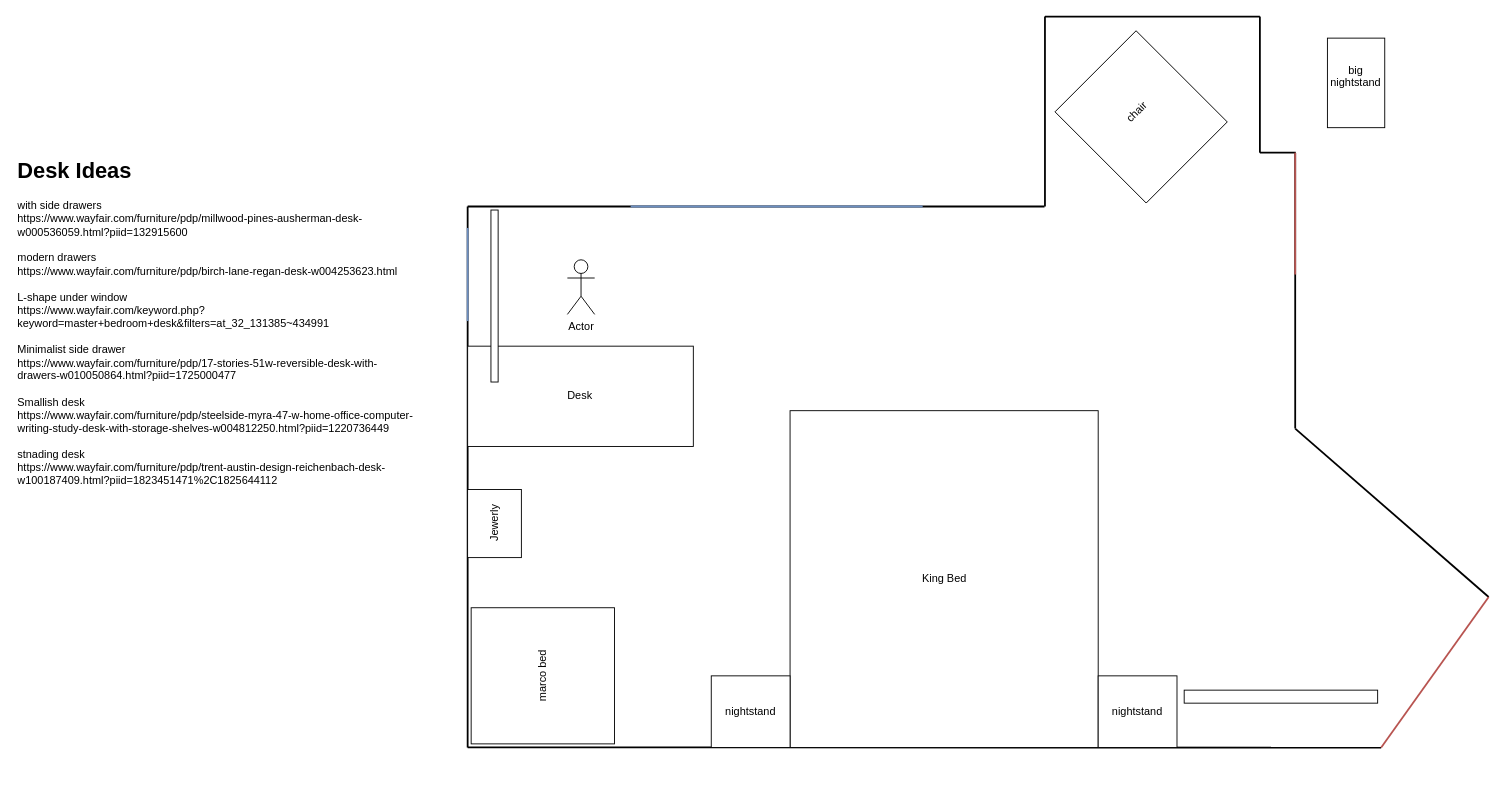
Earlier version of the draw.io diagram page "master bed" (4 of 7) of house_specs.drawio (bodegus/sum_pl_specs). Source tidied: cells renumbered, new cells numbered last; positions are measured from the earlier drawing's top-left corner, leaving out a move shared by most shapes. Both pictures are drawn from the tidied source at 91%, with x=0, y=0 at pixel (15, 16).
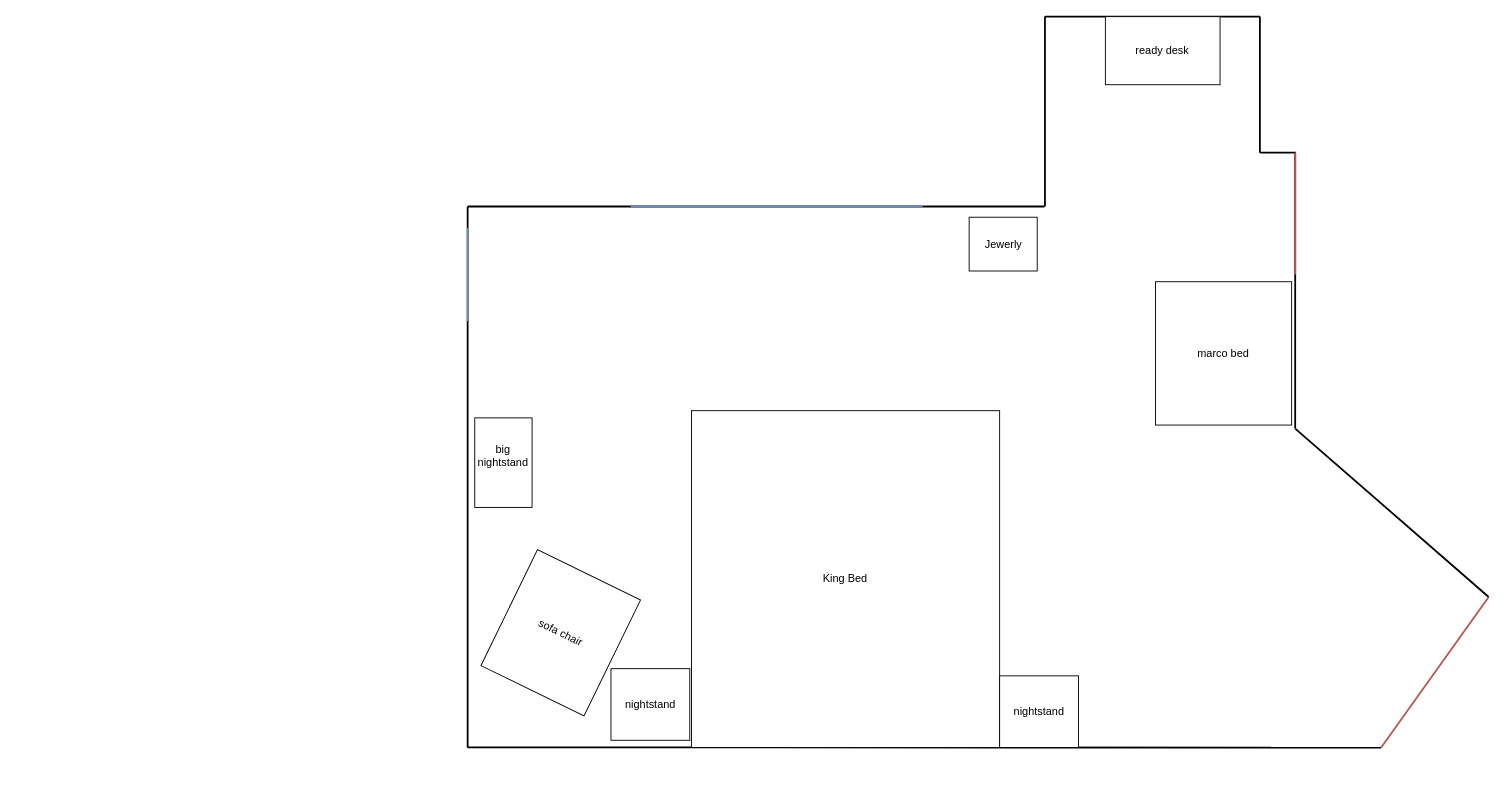
The same page after the edit.

The edit, as a diff of the source:
```diff
@@
-    <mxCell id="16" parent="0" />
+    <mxCell id="29" parent="0" />
-    <mxCell id="17" value="King Bed" style="rounded=0;whiteSpace=wrap;html=1;" parent="16" vertex="1">
-      <mxGeometry x="850.7" y="432.8" width="338.6" height="370.1" as="geometry" />
+    <mxCell id="17" value="King Bed" style="rounded=0;whiteSpace=wrap;html=1;" parent="29" vertex="1">
+      <mxGeometry x="742.4" y="432.8" width="338.6" height="370.1" as="geometry" />
     </mxCell>
-    <mxCell id="18" value="nightstand" style="rounded=0;whiteSpace=wrap;html=1;" parent="16" vertex="1">
-      <mxGeometry x="764.1" y="724.2" width="86.6" height="78.7" as="geometry" />
-    </mxCell>
-    <mxCell id="19" value="chair&lt;div&gt;&lt;br&gt;&lt;/div&gt;" style="rounded=0;whiteSpace=wrap;html=1;rotation=-45;" parent="16" vertex="1">
-      <mxGeometry x="1173.5" y="39.1" width="126" height="141.7" as="geometry" />
-    </mxCell>
+    <mxCell id="30" value="nightstand" style="rounded=0;whiteSpace=wrap;html=1;" parent="29" vertex="1">
+      <mxGeometry x="653.9" y="716.3" width="86.6" height="78.7" as="geometry" />
+    </mxCell>
+    <mxCell id="31" value="sofa chair" style="rounded=0;whiteSpace=wrap;html=1;rotation=26;" parent="29" vertex="1">
+      <mxGeometry x="535.7" y="606" width="126" height="141.7" as="geometry" />
+    </mxCell>
-    <mxCell id="20" value="big nightstand&lt;div&gt;&lt;br&gt;&lt;/div&gt;" style="rounded=0;whiteSpace=wrap;html=1;" parent="16" vertex="1">
-      <mxGeometry x="1441.2" y="23.4" width="63" height="98.4" as="geometry" />
+    <mxCell id="20" value="big nightstand&lt;div&gt;&lt;br&gt;&lt;/div&gt;" style="rounded=0;whiteSpace=wrap;html=1;" parent="29" vertex="1">
+      <mxGeometry x="504.2" y="440.7" width="63" height="98.4" as="geometry" />
     </mxCell>
-    <mxCell id="21" value="nightstand" style="rounded=0;whiteSpace=wrap;html=1;" parent="16" vertex="1">
-      <mxGeometry x="1189.3" y="724.2" width="86.6" height="78.7" as="geometry" />
-    </mxCell>
+    <mxCell id="32" value="nightstand" style="rounded=0;whiteSpace=wrap;html=1;" parent="29" vertex="1">
+      <mxGeometry x="1081" y="724.2" width="86.6" height="78.7" as="geometry" />
+    </mxCell>
-    <mxCell id="22" value="&lt;div&gt;Jewerly&lt;/div&gt;" style="rounded=0;whiteSpace=wrap;html=1;rotation=-90;" parent="16" vertex="1">
-      <mxGeometry x="488.5" y="527.3" width="74.8" height="59.1" as="geometry" />
+    <mxCell id="22" value="&lt;div&gt;Jewerly&lt;/div&gt;" style="rounded=0;whiteSpace=wrap;html=1;" parent="29" vertex="1">
+      <mxGeometry x="1047.5" y="220.2" width="74.8" height="59.1" as="geometry" />
     </mxCell>
+    <mxCell id="33" value="ready desk" style="rounded=0;whiteSpace=wrap;html=1;" parent="29" vertex="1">
+      <mxGeometry x="1197.2" y="-0.2" width="126" height="74.8" as="geometry" />
+    </mxCell>
-    <mxCell id="23" value="marco bed" style="rounded=0;whiteSpace=wrap;html=1;rotation=-90;" parent="16" vertex="1">
-      <mxGeometry x="504.2" y="645.4" width="149.6" height="157.5" as="geometry" />
+    <mxCell id="23" value="marco bed" style="rounded=0;whiteSpace=wrap;html=1;" parent="29" vertex="1">
+      <mxGeometry x="1252.3" y="291.1" width="149.6" height="157.5" as="geometry" />
     </mxCell>
-    <mxCell id="24" value="Desk" style="rounded=0;whiteSpace=wrap;html=1;" parent="16" vertex="1">
-      <mxGeometry x="496.4" y="361.9" width="248" height="110.2" as="geometry" />
-    </mxCell>
-    <mxCell id="25" value="Actor" style="shape=umlActor;verticalLabelPosition=bottom;verticalAlign=top;html=1;" parent="16" vertex="1">
-      <mxGeometry x="606" y="267" width="30" height="60" as="geometry" />
-    </mxCell>
-    <mxCell id="26" style="rounded=0;whiteSpace=wrap;html=1;" parent="16" vertex="1">
-      <mxGeometry x="522" y="212.3" width="7.9" height="189" as="geometry" />
-    </mxCell>
-    <mxCell id="27" style="rounded=0;whiteSpace=wrap;html=1;" parent="16" vertex="1">
-      <mxGeometry x="1283.8" y="739.9" width="212.6" height="14.3" as="geometry" />
-    </mxCell>
-    <mxCell id="28" value="&lt;h1 style=&quot;margin-top: 0px;&quot;&gt;Desk Ideas&lt;/h1&gt;&lt;div&gt;with side drawers&lt;/div&gt;&lt;div&gt;https://www.wayfair.com/furniture/pdp/millwood-pines-ausherman-desk-w000536059.html?piid=132915600&lt;br&gt;&lt;/div&gt;&lt;div&gt;&lt;br&gt;&lt;/div&gt;&lt;div&gt;modern drawers&lt;/div&gt;&lt;div&gt;https://www.wayfair.com/furniture/pdp/birch-lane-regan-desk-w004253623.html&lt;br&gt;&lt;/div&gt;&lt;div&gt;&lt;br&gt;&lt;/div&gt;&lt;div&gt;L-shape under window&lt;/div&gt;&lt;div&gt;https://www.wayfair.com/keyword.php?keyword=master+bedroom+desk&amp;amp;filters=at_32_131385~434991&lt;br&gt;&lt;/div&gt;&lt;div&gt;&lt;br&gt;&lt;/div&gt;&lt;div&gt;Minimalist side drawer&lt;/div&gt;&lt;div&gt;https://www.wayfair.com/furniture/pdp/17-stories-51w-reversible-desk-with-drawers-w010050864.html?piid=1725000477&lt;br&gt;&lt;/div&gt;&lt;div&gt;&lt;br&gt;&lt;/div&gt;&lt;div&gt;Smallish desk&lt;/div&gt;&lt;div&gt;https://www.wayfair.com/furniture/pdp/steelside-myra-47-w-home-office-computer-writing-study-desk-with-storage-shelves-w004812250.html?piid=1220736449&lt;br&gt;&lt;/div&gt;&lt;div&gt;&lt;br&gt;&lt;/div&gt;&lt;div&gt;stnading desk&lt;/div&gt;&lt;div&gt;https://www.wayfair.com/furniture/pdp/trent-austin-design-reichenbach-desk-w100187409.html?piid=1823451471%2C1825644112&lt;br&gt;&lt;/div&gt;&lt;div&gt;&lt;br&gt;&lt;/div&gt;&lt;div&gt;&lt;br&gt;&lt;/div&gt;" style="text;html=1;whiteSpace=wrap;overflow=hidden;rounded=0;" parent="16" vertex="1">
-      <mxGeometry y="149" width="441.2" height="693.3" as="geometry" />
-    </mxCell>
```
